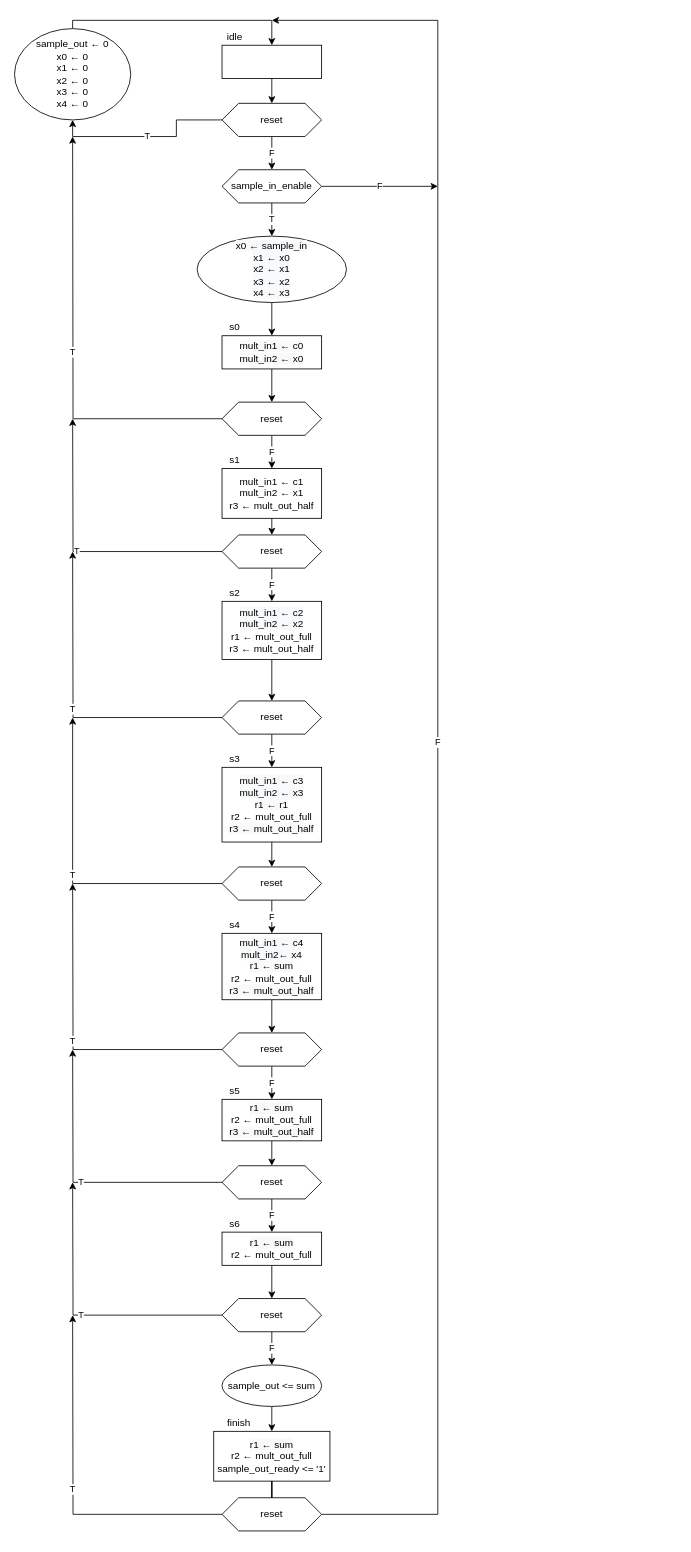
Before: Diagrama Filtro FIR (2.6).drawio in crbgx/DSED-2021, a draw.io diagram. Source tidied: cells renumbered, new cells numbered last; positions are measured from the earlier drawing's top-left corner, leaving out a move shared by most shapes. Both pictures are drawn from the tidied source at 83%, with x=0, y=0 at pixel (14, 20).
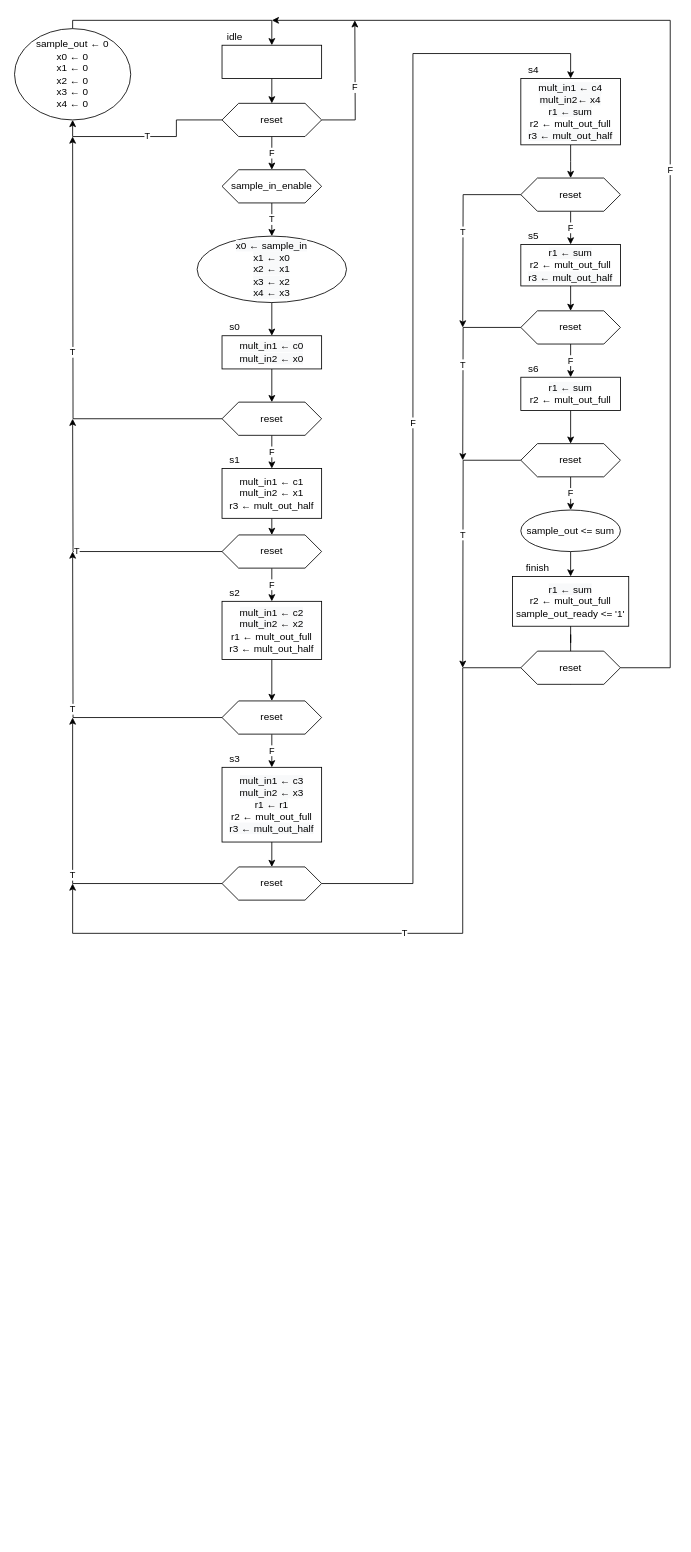
The same page after the edit.

Commit message:
diagrama 2.6 en modo mas compacto. mejor

Unchanged cells that the change refers to:
```xml
<mxCell id="18" value="reset" style="shape=hexagon;perimeter=hexagonPerimeter2;whiteSpace=wrap;html=1;fixedSize=1;rounded=0;" parent="1" vertex="1">
  <mxGeometry x="250" y="100" width="120" height="40" as="geometry" />
</mxCell>
<mxCell id="34" value="reset" style="shape=hexagon;perimeter=hexagonPerimeter2;whiteSpace=wrap;html=1;fixedSize=1;rounded=0;" parent="1" vertex="1">
  <mxGeometry x="250" y="1020" width="120" height="40" as="geometry" />
</mxCell>
<mxCell id="63" value="sample_in_enable" style="shape=hexagon;perimeter=hexagonPerimeter2;whiteSpace=wrap;html=1;fixedSize=1;rounded=0;" parent="1" vertex="1">
  <mxGeometry x="250" y="180" width="120" height="40" as="geometry" />
</mxCell>
```

The edit, as a diff of the source:
```diff
@@
     <mxCell id="15" value="s4" style="text;html=1;align=center;verticalAlign=middle;strokeColor=none;fillColor=none;" parent="1" vertex="1">
-      <mxGeometry x="250" y="1080" width="30" height="20" as="geometry" />
+      <mxGeometry x="610" y="50" width="30" height="20" as="geometry" />
     </mxCell>
@@
+    <mxCell id="66" value="F" style="edgeStyle=orthogonalEdgeStyle;rounded=0;jettySize=auto;html=1;exitX=1;exitY=0.5;exitDx=0;exitDy=0;" parent="1" edge="1" source="18">
+      <mxGeometry relative="1" as="geometry">
+        <mxPoint x="410" as="targetPoint" />
+      </mxGeometry>
+    </mxCell>
@@
-    <mxCell id="33" value="F" style="edgeStyle=orthogonalEdgeStyle;rounded=0;jettySize=auto;html=1;exitX=0.5;exitY=1;exitDx=0;exitDy=0;entryX=0.5;entryY=0;entryDx=0;entryDy=0;" parent="1" edge="1" source="34" target="36">
-      <mxGeometry relative="1" as="geometry" />
+    <mxCell id="33" value="F" style="edgeStyle=orthogonalEdgeStyle;rounded=0;jettySize=auto;html=1;exitX=1;exitY=0.5;exitDx=0;exitDy=0;entryX=0.5;entryY=0;entryDx=0;entryDy=0;" parent="1" edge="1" source="34" target="36">
+      <mxGeometry relative="1" as="geometry">
+        <Array as="points">
+          <mxPoint x="480" y="1040" />
+          <mxPoint x="480" y="40" />
+          <mxPoint x="670" y="40" />
+        </Array>
+      </mxGeometry>
     </mxCell>
@@
     <mxCell id="35" style="edgeStyle=orthogonalEdgeStyle;rounded=0;jettySize=auto;html=1;exitX=0.5;exitY=1;exitDx=0;exitDy=0;" parent="1" edge="1" source="36">
       <mxGeometry relative="1" as="geometry">
-        <mxPoint x="310" y="1220" as="targetPoint" />
+        <mxPoint x="670" y="190" as="targetPoint" />
       </mxGeometry>
     </mxCell>
     <mxCell id="36" value="&lt;span style=&quot;color: rgb(0 , 0 , 0) ; font-size: 12px ; font-style: normal ; font-weight: 400 ; letter-spacing: normal ; text-align: center ; text-indent: 0px ; text-transform: none ; word-spacing: 0px ; font-family: &amp;#34;helvetica&amp;#34; ; background-color: rgb(248 , 249 , 250) ; display: inline ; float: none&quot;&gt;mult_in1 ←&amp;nbsp;c4&lt;/span&gt;&lt;br style=&quot;color: rgb(0 , 0 , 0) ; font-size: 12px ; font-style: normal ; font-weight: 400 ; letter-spacing: normal ; text-align: center ; text-indent: 0px ; text-transform: none ; word-spacing: 0px ; font-family: &amp;#34;helvetica&amp;#34; ; background-color: rgb(248 , 249 , 250)&quot;&gt;&lt;span style=&quot;color: rgb(0 , 0 , 0) ; font-size: 12px ; font-style: normal ; font-weight: 400 ; letter-spacing: normal ; text-align: center ; text-indent: 0px ; text-transform: none ; word-spacing: 0px ; font-family: &amp;#34;helvetica&amp;#34; ; background-color: rgb(248 , 249 , 250) ; display: inline ; float: none&quot;&gt;mult_in2← x4&lt;/span&gt;&lt;br style=&quot;color: rgb(0 , 0 , 0) ; font-family: &amp;#34;helvetica&amp;#34; ; font-size: 12px ; font-style: normal ; font-weight: 400 ; letter-spacing: normal ; text-align: center ; text-indent: 0px ; text-transform: none ; word-spacing: 0px ; background-color: rgb(248 , 249 , 250)&quot;&gt;&lt;span style=&quot;color: rgb(0 , 0 , 0) ; font-family: &amp;#34;helvetica&amp;#34; ; font-size: 12px ; font-style: normal ; font-weight: 400 ; letter-spacing: normal ; text-align: center ; text-indent: 0px ; text-transform: none ; word-spacing: 0px ; background-color: rgb(248 , 249 , 250) ; display: inline ; float: none&quot;&gt;r1 ←&amp;nbsp;sum&lt;br&gt;&lt;/span&gt;r2&amp;nbsp;&lt;span style=&quot;font-family: &amp;#34;helvetica&amp;#34;&quot;&gt;←&lt;/span&gt;&amp;nbsp;&lt;span style=&quot;font-family: &amp;#34;helvetica&amp;#34;&quot;&gt;mult_out_full&lt;/span&gt;&lt;br style=&quot;color: rgb(0 , 0 , 0) ; font-family: &amp;#34;helvetica&amp;#34; ; font-size: 12px ; font-style: normal ; font-weight: 400 ; letter-spacing: normal ; text-align: center ; text-indent: 0px ; text-transform: none ; word-spacing: 0px ; background-color: rgb(248 , 249 , 250)&quot;&gt;&lt;span style=&quot;color: rgb(0 , 0 , 0) ; font-family: &amp;#34;helvetica&amp;#34; ; font-size: 12px ; font-style: normal ; font-weight: 400 ; letter-spacing: normal ; text-align: center ; text-indent: 0px ; text-transform: none ; word-spacing: 0px ; background-color: rgb(248 , 249 , 250) ; display: inline ; float: none&quot;&gt;r3 ←&amp;nbsp;mult_out_half&lt;/span&gt;" style="rounded=0;whiteSpace=wrap;html=1;" parent="1" vertex="1">
-      <mxGeometry x="250" y="1100" width="120" height="80" as="geometry" />
+      <mxGeometry x="610" y="70" width="120" height="80" as="geometry" />
     </mxCell>
-    <mxCell id="37" value="T" style="edgeStyle=orthogonalEdgeStyle;rounded=0;jettySize=auto;html=1;exitX=0;exitY=0.5;exitDx=0;exitDy=0;" parent="1" edge="1" source="39">
-      <mxGeometry relative="1" as="geometry">
-        <mxPoint x="70" y="1040" as="targetPoint" />
-      </mxGeometry>
-    </mxCell>
@@
+    <mxCell id="67" value="T" style="edgeStyle=orthogonalEdgeStyle;rounded=0;jettySize=auto;html=1;exitX=0;exitY=0.5;exitDx=0;exitDy=0;" parent="1" edge="1" source="39">
+      <mxGeometry relative="1" as="geometry">
+        <mxPoint x="540" y="370" as="targetPoint" />
+      </mxGeometry>
+    </mxCell>
     <mxCell id="39" value="reset" style="shape=hexagon;perimeter=hexagonPerimeter2;whiteSpace=wrap;html=1;fixedSize=1;rounded=0;" parent="1" vertex="1">
-      <mxGeometry x="250" y="1220" width="120" height="40" as="geometry" />
+      <mxGeometry x="610" y="190" width="120" height="40" as="geometry" />
     </mxCell>
     <mxCell id="40" value="s5" style="text;html=1;align=center;verticalAlign=middle;strokeColor=none;fillColor=none;" parent="1" vertex="1">
-      <mxGeometry x="250" y="1280" width="30" height="20" as="geometry" />
+      <mxGeometry x="610" y="250" width="30" height="20" as="geometry" />
     </mxCell>
@@
     <mxCell id="42" value="&lt;span style=&quot;color: rgb(0 , 0 , 0) ; font-family: &amp;#34;helvetica&amp;#34; ; font-size: 12px ; font-style: normal ; font-weight: 400 ; letter-spacing: normal ; text-align: center ; text-indent: 0px ; text-transform: none ; word-spacing: 0px ; background-color: rgb(248 , 249 , 250) ; display: inline ; float: none&quot;&gt;r1 ←&amp;nbsp;sum&lt;br&gt;&lt;/span&gt;r2&amp;nbsp;&lt;span style=&quot;font-family: &amp;#34;helvetica&amp;#34;&quot;&gt;←&lt;/span&gt;&amp;nbsp;&lt;span style=&quot;font-family: &amp;#34;helvetica&amp;#34;&quot;&gt;mult_out_full&lt;/span&gt;&lt;br style=&quot;color: rgb(0 , 0 , 0) ; font-family: &amp;#34;helvetica&amp;#34; ; font-size: 12px ; font-style: normal ; font-weight: 400 ; letter-spacing: normal ; text-align: center ; text-indent: 0px ; text-transform: none ; word-spacing: 0px ; background-color: rgb(248 , 249 , 250)&quot;&gt;&lt;span style=&quot;color: rgb(0 , 0 , 0) ; font-family: &amp;#34;helvetica&amp;#34; ; font-size: 12px ; font-style: normal ; font-weight: 400 ; letter-spacing: normal ; text-align: center ; text-indent: 0px ; text-transform: none ; word-spacing: 0px ; background-color: rgb(248 , 249 , 250) ; display: inline ; float: none&quot;&gt;r3 ←&amp;nbsp;mult_out_half&lt;/span&gt;" style="rounded=0;whiteSpace=wrap;html=1;" parent="1" vertex="1">
-      <mxGeometry x="250" y="1300" width="120" height="50" as="geometry" />
+      <mxGeometry x="610" y="270" width="120" height="50" as="geometry" />
     </mxCell>
-    <mxCell id="43" value="T" style="edgeStyle=orthogonalEdgeStyle;rounded=0;jettySize=auto;html=1;exitX=0;exitY=0.5;exitDx=0;exitDy=0;" parent="1" edge="1" source="45">
-      <mxGeometry relative="1" as="geometry">
-        <mxPoint x="70" y="1240" as="targetPoint" />
-      </mxGeometry>
-    </mxCell>
     <mxCell id="44" value="F" style="edgeStyle=orthogonalEdgeStyle;rounded=0;jettySize=auto;html=1;exitX=0.5;exitY=1;exitDx=0;exitDy=0;" parent="1" edge="1" source="45">
       <mxGeometry relative="1" as="geometry">
-        <mxPoint x="310" y="1460" as="targetPoint" />
+        <mxPoint x="670" y="430" as="targetPoint" />
       </mxGeometry>
     </mxCell>
+    <mxCell id="68" value="T" style="edgeStyle=orthogonalEdgeStyle;rounded=0;jettySize=auto;html=1;exitX=0;exitY=0.5;exitDx=0;exitDy=0;" parent="1" edge="1" source="45">
+      <mxGeometry relative="1" as="geometry">
+        <mxPoint x="540" y="530" as="targetPoint" />
+      </mxGeometry>
+    </mxCell>
     <mxCell id="45" value="reset" style="shape=hexagon;perimeter=hexagonPerimeter2;whiteSpace=wrap;html=1;fixedSize=1;rounded=0;" parent="1" vertex="1">
-      <mxGeometry x="250" y="1380" width="120" height="40" as="geometry" />
+      <mxGeometry x="610" y="350" width="120" height="40" as="geometry" />
     </mxCell>
     <mxCell id="46" value="s6" style="text;html=1;align=center;verticalAlign=middle;strokeColor=none;fillColor=none;" parent="1" vertex="1">
-      <mxGeometry x="250" y="1440" width="30" height="20" as="geometry" />
+      <mxGeometry x="610" y="410" width="30" height="20" as="geometry" />
     </mxCell>
@@
     <mxCell id="48" value="&lt;span style=&quot;color: rgb(0 , 0 , 0) ; font-family: &amp;#34;helvetica&amp;#34; ; font-size: 12px ; font-style: normal ; font-weight: 400 ; letter-spacing: normal ; text-align: center ; text-indent: 0px ; text-transform: none ; word-spacing: 0px ; background-color: rgb(248 , 249 , 250) ; display: inline ; float: none&quot;&gt;r1 ←&amp;nbsp;sum&lt;br&gt;&lt;/span&gt;r2&amp;nbsp;&lt;span style=&quot;font-family: &amp;#34;helvetica&amp;#34;&quot;&gt;←&lt;/span&gt;&amp;nbsp;&lt;span style=&quot;font-family: &amp;#34;helvetica&amp;#34;&quot;&gt;mult_out_full&lt;/span&gt;" style="rounded=0;whiteSpace=wrap;html=1;" parent="1" vertex="1">
-      <mxGeometry x="250" y="1460" width="120" height="40" as="geometry" />
+      <mxGeometry x="610" y="430" width="120" height="40" as="geometry" />
     </mxCell>
@@
-    <mxCell id="50" value="T" style="edgeStyle=orthogonalEdgeStyle;rounded=0;jettySize=auto;html=1;exitX=0;exitY=0.5;exitDx=0;exitDy=0;" parent="1" edge="1" source="51">
-      <mxGeometry relative="1" as="geometry">
-        <mxPoint x="70" y="1400" as="targetPoint" />
-      </mxGeometry>
-    </mxCell>
+    <mxCell id="69" value="T" style="edgeStyle=orthogonalEdgeStyle;rounded=0;jettySize=auto;html=1;exitX=0;exitY=0.5;exitDx=0;exitDy=0;" parent="1" edge="1" source="51">
+      <mxGeometry relative="1" as="geometry">
+        <mxPoint x="540" y="780" as="targetPoint" />
+      </mxGeometry>
+    </mxCell>
     <mxCell id="51" value="reset" style="shape=hexagon;perimeter=hexagonPerimeter2;whiteSpace=wrap;html=1;fixedSize=1;rounded=0;" parent="1" vertex="1">
-      <mxGeometry x="250" y="1540" width="120" height="40" as="geometry" />
+      <mxGeometry x="610" y="510" width="120" height="40" as="geometry" />
     </mxCell>
     <mxCell id="52" style="edgeStyle=orthogonalEdgeStyle;rounded=0;jettySize=auto;html=1;exitX=0.5;exitY=1;exitDx=0;exitDy=0;startArrow=none;" parent="1" edge="1" source="64">
       <mxGeometry relative="1" as="geometry">
-        <mxPoint x="310" y="1800" as="targetPoint" />
+        <mxPoint x="670" y="770" as="targetPoint" />
       </mxGeometry>
     </mxCell>
     <mxCell id="53" value="&lt;span style=&quot;color: rgb(0 , 0 , 0) ; font-family: &amp;#34;helvetica&amp;#34; ; font-size: 12px ; font-style: normal ; font-weight: 400 ; letter-spacing: normal ; text-align: center ; text-indent: 0px ; text-transform: none ; word-spacing: 0px ; background-color: rgb(248 , 249 , 250) ; display: inline ; float: none&quot;&gt;r1 ←&amp;nbsp;sum&lt;br&gt;&lt;/span&gt;r2&amp;nbsp;&lt;span style=&quot;font-family: &amp;#34;helvetica&amp;#34;&quot;&gt;←&lt;/span&gt;&amp;nbsp;&lt;span style=&quot;font-family: &amp;#34;helvetica&amp;#34;&quot;&gt;mult_out_full&lt;br&gt;sample_out_ready &amp;lt;= '1'&lt;br&gt;&lt;/span&gt;" style="rounded=0;whiteSpace=wrap;html=1;" parent="1" vertex="1">
-      <mxGeometry x="240" y="1700" width="140" height="60" as="geometry" />
+      <mxGeometry x="600" y="670" width="140" height="60" as="geometry" />
     </mxCell>
     <mxCell id="54" value="finish" style="text;html=1;align=center;verticalAlign=middle;strokeColor=none;fillColor=none;" parent="1" vertex="1">
-      <mxGeometry x="250" y="1680" width="40" height="20" as="geometry" />
+      <mxGeometry x="610" y="650" width="40" height="20" as="geometry" />
     </mxCell>
@@
     <mxCell id="56" value="sample_out &amp;lt;= sum" style="ellipse;whiteSpace=wrap;html=1;rounded=0;" parent="1" vertex="1">
-      <mxGeometry x="250" y="1620" width="120" height="50" as="geometry" />
+      <mxGeometry x="610" y="590" width="120" height="50" as="geometry" />
     </mxCell>
-    <mxCell id="57" value="T" style="edgeStyle=orthogonalEdgeStyle;rounded=0;jettySize=auto;html=1;exitX=0;exitY=0.5;exitDx=0;exitDy=0;" parent="1" edge="1" source="64">
-      <mxGeometry relative="1" as="geometry">
-        <mxPoint x="70" y="1560" as="targetPoint" />
-      </mxGeometry>
-    </mxCell>
-    <mxCell id="58" value="F" style="edgeStyle=orthogonalEdgeStyle;rounded=0;jettySize=auto;html=1;exitX=1;exitY=0.5;exitDx=0;exitDy=0;" parent="1" edge="1" source="64">
-      <mxGeometry relative="1" as="geometry">
-        <mxPoint x="310" as="targetPoint" />
-        <Array as="points">
-          <mxPoint x="510" y="1740" />
-          <mxPoint x="510" />
-          <mxPoint x="390" />
-        </Array>
-      </mxGeometry>
-    </mxCell>
@@
-    <mxCell id="62" value="F" style="edgeStyle=orthogonalEdgeStyle;rounded=0;jettySize=auto;html=1;exitX=1;exitY=0.5;exitDx=0;exitDy=0;" parent="1" edge="1" source="63">
-      <mxGeometry relative="1" as="geometry">
-        <mxPoint x="510" y="200" as="targetPoint" />
-      </mxGeometry>
-    </mxCell>
@@
+    <mxCell id="70" value="T" style="edgeStyle=orthogonalEdgeStyle;rounded=0;jettySize=auto;html=1;exitX=0;exitY=0.5;exitDx=0;exitDy=0;" parent="1" edge="1" source="64">
+      <mxGeometry relative="1" as="geometry">
+        <mxPoint x="70" y="1040" as="targetPoint" />
+        <Array as="points">
+          <mxPoint x="540" y="780" />
+          <mxPoint x="540" y="1100" />
+          <mxPoint x="70" y="1100" />
+        </Array>
+      </mxGeometry>
+    </mxCell>
+    <mxCell id="71" value="F" style="edgeStyle=orthogonalEdgeStyle;rounded=0;jettySize=auto;html=1;exitX=1;exitY=0.5;exitDx=0;exitDy=0;" parent="1" edge="1" source="64">
+      <mxGeometry relative="1" as="geometry">
+        <mxPoint x="310" as="targetPoint" />
+        <Array as="points">
+          <mxPoint x="790" y="780" />
+          <mxPoint x="790" />
+        </Array>
+      </mxGeometry>
+    </mxCell>
     <mxCell id="64" value="reset" style="shape=hexagon;perimeter=hexagonPerimeter2;whiteSpace=wrap;html=1;fixedSize=1;rounded=0;" parent="1" vertex="1">
-      <mxGeometry x="250" y="1780" width="120" height="40" as="geometry" />
+      <mxGeometry x="610" y="760" width="120" height="40" as="geometry" />
     </mxCell>
```
